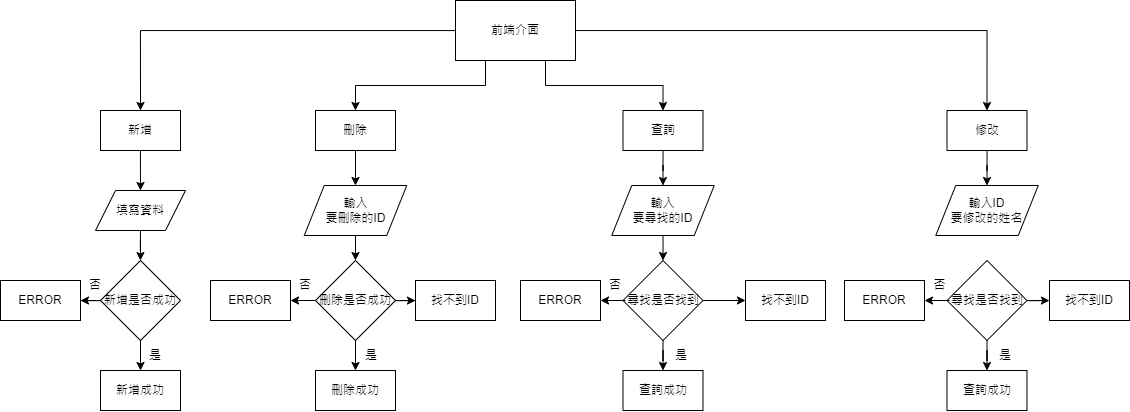
The draw.io diagram 流程圖.png in CHENGXee/studentHub, before a commit. Source tidied: cells renumbered, new cells last; positions are measured from the earlier drawing's top-left corner, leaving out a move shared by most shapes. Source of this version:
```xml
<mxGraphModel>
  <root>
    <mxCell id="0" />
    <mxCell id="1" parent="0" />
    <mxCell id="2" style="edgeStyle=orthogonalEdgeStyle;rounded=0;jettySize=auto;html=1;entryX=0.5;entryY=0;entryDx=0;entryDy=0;" parent="1" edge="1" source="6" target="8">
      <mxGeometry relative="1" as="geometry" />
    </mxCell>
    <mxCell id="3" style="edgeStyle=orthogonalEdgeStyle;rounded=0;jettySize=auto;html=1;exitX=0.25;exitY=1;exitDx=0;exitDy=0;" parent="1" edge="1" source="6" target="14">
      <mxGeometry relative="1" as="geometry" />
    </mxCell>
    <mxCell id="4" style="edgeStyle=orthogonalEdgeStyle;rounded=0;jettySize=auto;html=1;exitX=0.75;exitY=1;exitDx=0;exitDy=0;entryX=0.5;entryY=0;entryDx=0;entryDy=0;" parent="1" edge="1" source="6" target="12">
      <mxGeometry relative="1" as="geometry" />
    </mxCell>
    <mxCell id="5" style="edgeStyle=orthogonalEdgeStyle;rounded=0;jettySize=auto;html=1;entryX=0.5;entryY=0;entryDx=0;entryDy=0;" parent="1" edge="1" source="6" target="10">
      <mxGeometry relative="1" as="geometry" />
    </mxCell>
    <mxCell id="6" value="前端介面" style="rounded=0;whiteSpace=wrap;html=1;" parent="1" vertex="1">
      <mxGeometry x="455" width="120" height="60" as="geometry" />
    </mxCell>
    <mxCell id="7" style="edgeStyle=orthogonalEdgeStyle;rounded=0;jettySize=auto;html=1;" parent="1" edge="1" source="8">
      <mxGeometry relative="1" as="geometry">
        <mxPoint x="140" y="190" as="targetPoint" />
      </mxGeometry>
    </mxCell>
    <mxCell id="8" value="新增" style="rounded=0;whiteSpace=wrap;html=1;" parent="1" vertex="1">
      <mxGeometry x="100" y="110" width="80" height="40" as="geometry" />
    </mxCell>
    <mxCell id="9" style="edgeStyle=orthogonalEdgeStyle;rounded=0;jettySize=auto;html=1;entryX=0.5;entryY=0;entryDx=0;entryDy=0;" parent="1" edge="1" source="10" target="46">
      <mxGeometry relative="1" as="geometry" />
    </mxCell>
    <mxCell id="10" value="修改" style="rounded=0;whiteSpace=wrap;html=1;" parent="1" vertex="1">
      <mxGeometry x="946.5" y="110" width="80" height="40" as="geometry" />
    </mxCell>
    <mxCell id="11" style="edgeStyle=orthogonalEdgeStyle;rounded=0;jettySize=auto;html=1;entryX=0.5;entryY=0;entryDx=0;entryDy=0;" parent="1" edge="1" source="12" target="36">
      <mxGeometry relative="1" as="geometry" />
    </mxCell>
    <mxCell id="12" value="查詢" style="rounded=0;whiteSpace=wrap;html=1;" parent="1" vertex="1">
      <mxGeometry x="622.5" y="110" width="80" height="40" as="geometry" />
    </mxCell>
    <mxCell id="13" style="edgeStyle=orthogonalEdgeStyle;rounded=0;jettySize=auto;html=1;entryX=0.5;entryY=0;entryDx=0;entryDy=0;" parent="1" edge="1" source="14" target="25">
      <mxGeometry relative="1" as="geometry" />
    </mxCell>
    <mxCell id="14" value="刪除" style="rounded=0;whiteSpace=wrap;html=1;" parent="1" vertex="1">
      <mxGeometry x="315" y="110" width="80" height="40" as="geometry" />
    </mxCell>
    <mxCell id="15" style="edgeStyle=orthogonalEdgeStyle;rounded=0;jettySize=auto;html=1;exitX=0.5;exitY=1;exitDx=0;exitDy=0;" parent="1" edge="1" source="17">
      <mxGeometry relative="1" as="geometry">
        <mxPoint x="140" y="370" as="targetPoint" />
      </mxGeometry>
    </mxCell>
    <mxCell id="16" style="edgeStyle=orthogonalEdgeStyle;rounded=0;jettySize=auto;html=1;entryX=1;entryY=0.5;entryDx=0;entryDy=0;" parent="1" edge="1" source="17" target="22">
      <mxGeometry relative="1" as="geometry" />
    </mxCell>
    <mxCell id="17" value="新增是否成功" style="rhombus;whiteSpace=wrap;html=1;" parent="1" vertex="1">
      <mxGeometry x="100" y="260" width="80" height="80" as="geometry" />
    </mxCell>
    <mxCell id="18" style="edgeStyle=orthogonalEdgeStyle;rounded=0;jettySize=auto;html=1;" parent="1" edge="1" source="19" target="17">
      <mxGeometry relative="1" as="geometry" />
    </mxCell>
    <mxCell id="19" value="填寫資料" style="shape=parallelogram;perimeter=parallelogramPerimeter;whiteSpace=wrap;html=1;fixedSize=1;" parent="1" vertex="1">
      <mxGeometry x="95" y="190" width="90" height="40" as="geometry" />
    </mxCell>
    <mxCell id="20" value="是" style="text;strokeColor=none;align=center;fillColor=none;html=1;verticalAlign=middle;whiteSpace=wrap;rounded=0;" parent="1" vertex="1">
      <mxGeometry x="125" y="340" width="60" height="30" as="geometry" />
    </mxCell>
    <mxCell id="21" value="新增成功" style="rounded=0;whiteSpace=wrap;html=1;" parent="1" vertex="1">
      <mxGeometry x="100" y="370" width="80" height="40" as="geometry" />
    </mxCell>
    <mxCell id="22" value="ERROR" style="rounded=0;whiteSpace=wrap;html=1;" parent="1" vertex="1">
      <mxGeometry y="280" width="80" height="40" as="geometry" />
    </mxCell>
    <mxCell id="23" value="否" style="text;strokeColor=none;align=center;fillColor=none;html=1;verticalAlign=middle;whiteSpace=wrap;rounded=0;" parent="1" vertex="1">
      <mxGeometry x="65" y="270" width="60" height="30" as="geometry" />
    </mxCell>
    <mxCell id="24" style="edgeStyle=orthogonalEdgeStyle;rounded=0;jettySize=auto;html=1;" parent="1" edge="1" source="25">
      <mxGeometry relative="1" as="geometry">
        <mxPoint x="355" y="260" as="targetPoint" />
      </mxGeometry>
    </mxCell>
    <mxCell id="25" value="輸入&lt;div&gt;要刪除的ID&lt;/div&gt;" style="shape=parallelogram;perimeter=parallelogramPerimeter;whiteSpace=wrap;html=1;fixedSize=1;" parent="1" vertex="1">
      <mxGeometry x="303.8" y="185" width="102.5" height="50" as="geometry" />
    </mxCell>
    <mxCell id="26" style="edgeStyle=orthogonalEdgeStyle;rounded=0;jettySize=auto;html=1;entryX=0.5;entryY=0;entryDx=0;entryDy=0;" parent="1" edge="1" source="28" target="29">
      <mxGeometry relative="1" as="geometry" />
    </mxCell>
    <mxCell id="27" style="edgeStyle=orthogonalEdgeStyle;rounded=0;jettySize=auto;html=1;" parent="1" edge="1" source="28" target="34">
      <mxGeometry relative="1" as="geometry" />
    </mxCell>
    <mxCell id="28" value="刪除是否成功" style="rhombus;whiteSpace=wrap;html=1;" parent="1" vertex="1">
      <mxGeometry x="315" y="260" width="80" height="80" as="geometry" />
    </mxCell>
    <mxCell id="29" value="刪除成功" style="rounded=0;whiteSpace=wrap;html=1;" parent="1" vertex="1">
      <mxGeometry x="315" y="370" width="80" height="40" as="geometry" />
    </mxCell>
    <mxCell id="30" value="是" style="text;strokeColor=none;align=center;fillColor=none;html=1;verticalAlign=middle;whiteSpace=wrap;rounded=0;" parent="1" vertex="1">
      <mxGeometry x="341.2" y="340" width="60" height="30" as="geometry" />
    </mxCell>
    <mxCell id="31" style="edgeStyle=orthogonalEdgeStyle;rounded=0;jettySize=auto;html=1;entryX=1;entryY=0.5;entryDx=0;entryDy=0;" parent="1" edge="1" target="32">
      <mxGeometry relative="1" as="geometry">
        <mxPoint x="315" y="300" as="sourcePoint" />
      </mxGeometry>
    </mxCell>
    <mxCell id="32" value="ERROR" style="rounded=0;whiteSpace=wrap;html=1;" parent="1" vertex="1">
      <mxGeometry x="210" y="280" width="80" height="40" as="geometry" />
    </mxCell>
    <mxCell id="33" value="否" style="text;strokeColor=none;align=center;fillColor=none;html=1;verticalAlign=middle;whiteSpace=wrap;rounded=0;" parent="1" vertex="1">
      <mxGeometry x="275" y="270" width="60" height="30" as="geometry" />
    </mxCell>
    <mxCell id="34" value="找不到ID" style="rounded=0;whiteSpace=wrap;html=1;" parent="1" vertex="1">
      <mxGeometry x="415" y="280" width="80" height="40" as="geometry" />
    </mxCell>
    <mxCell id="35" style="edgeStyle=orthogonalEdgeStyle;rounded=0;jettySize=auto;html=1;" parent="1" edge="1" source="36" target="39">
      <mxGeometry relative="1" as="geometry" />
    </mxCell>
    <mxCell id="36" value="輸入&lt;div&gt;要尋找的ID&lt;/div&gt;" style="shape=parallelogram;perimeter=parallelogramPerimeter;whiteSpace=wrap;html=1;fixedSize=1;" parent="1" vertex="1">
      <mxGeometry x="611.2" y="185" width="102.5" height="50" as="geometry" />
    </mxCell>
    <mxCell id="37" style="edgeStyle=orthogonalEdgeStyle;rounded=0;jettySize=auto;html=1;entryX=0.5;entryY=0;entryDx=0;entryDy=0;" parent="1" edge="1" source="39" target="40">
      <mxGeometry relative="1" as="geometry" />
    </mxCell>
    <mxCell id="38" style="edgeStyle=orthogonalEdgeStyle;rounded=0;jettySize=auto;html=1;" parent="1" edge="1" source="39" target="45">
      <mxGeometry relative="1" as="geometry" />
    </mxCell>
    <mxCell id="39" value="尋找是否找到" style="rhombus;whiteSpace=wrap;html=1;" parent="1" vertex="1">
      <mxGeometry x="622.5" y="260" width="80" height="80" as="geometry" />
    </mxCell>
    <mxCell id="40" value="查詢成功" style="rounded=0;whiteSpace=wrap;html=1;" parent="1" vertex="1">
      <mxGeometry x="622.5" y="370" width="80" height="40" as="geometry" />
    </mxCell>
    <mxCell id="41" value="是" style="text;strokeColor=none;align=center;fillColor=none;html=1;verticalAlign=middle;whiteSpace=wrap;rounded=0;" parent="1" vertex="1">
      <mxGeometry x="651.2" y="340" width="60" height="30" as="geometry" />
    </mxCell>
    <mxCell id="42" style="edgeStyle=orthogonalEdgeStyle;rounded=0;jettySize=auto;html=1;entryX=1;entryY=0.5;entryDx=0;entryDy=0;" parent="1" edge="1" target="43">
      <mxGeometry relative="1" as="geometry">
        <mxPoint x="625" y="300" as="sourcePoint" />
      </mxGeometry>
    </mxCell>
    <mxCell id="43" value="ERROR" style="rounded=0;whiteSpace=wrap;html=1;" parent="1" vertex="1">
      <mxGeometry x="520" y="280" width="80" height="40" as="geometry" />
    </mxCell>
    <mxCell id="44" value="否" style="text;strokeColor=none;align=center;fillColor=none;html=1;verticalAlign=middle;whiteSpace=wrap;rounded=0;" parent="1" vertex="1">
      <mxGeometry x="585" y="270" width="60" height="30" as="geometry" />
    </mxCell>
    <mxCell id="45" value="找不到ID" style="rounded=0;whiteSpace=wrap;html=1;" parent="1" vertex="1">
      <mxGeometry x="745" y="280" width="80" height="40" as="geometry" />
    </mxCell>
    <mxCell id="46" value="輸入ID&lt;div&gt;要修改的姓名&lt;/div&gt;" style="shape=parallelogram;perimeter=parallelogramPerimeter;whiteSpace=wrap;html=1;fixedSize=1;" parent="1" vertex="1">
      <mxGeometry x="935.2" y="185" width="102.5" height="50" as="geometry" />
    </mxCell>
    <mxCell id="47" style="edgeStyle=orthogonalEdgeStyle;rounded=0;jettySize=auto;html=1;entryX=0.5;entryY=0;entryDx=0;entryDy=0;" parent="1" edge="1" source="49" target="50">
      <mxGeometry relative="1" as="geometry" />
    </mxCell>
    <mxCell id="48" style="edgeStyle=orthogonalEdgeStyle;rounded=0;jettySize=auto;html=1;" parent="1" edge="1" source="49" target="55">
      <mxGeometry relative="1" as="geometry" />
    </mxCell>
    <mxCell id="49" value="尋找是否找到" style="rhombus;whiteSpace=wrap;html=1;" parent="1" vertex="1">
      <mxGeometry x="946.5" y="260" width="80" height="80" as="geometry" />
    </mxCell>
    <mxCell id="50" value="查詢成功" style="rounded=0;whiteSpace=wrap;html=1;" parent="1" vertex="1">
      <mxGeometry x="946.5" y="370" width="80" height="40" as="geometry" />
    </mxCell>
    <mxCell id="51" value="是" style="text;strokeColor=none;align=center;fillColor=none;html=1;verticalAlign=middle;whiteSpace=wrap;rounded=0;" parent="1" vertex="1">
      <mxGeometry x="975.2" y="340" width="60" height="30" as="geometry" />
    </mxCell>
    <mxCell id="52" style="edgeStyle=orthogonalEdgeStyle;rounded=0;jettySize=auto;html=1;entryX=1;entryY=0.5;entryDx=0;entryDy=0;" parent="1" edge="1" target="53">
      <mxGeometry relative="1" as="geometry">
        <mxPoint x="949" y="300" as="sourcePoint" />
      </mxGeometry>
    </mxCell>
    <mxCell id="53" value="ERROR" style="rounded=0;whiteSpace=wrap;html=1;" parent="1" vertex="1">
      <mxGeometry x="844" y="280" width="80" height="40" as="geometry" />
    </mxCell>
    <mxCell id="54" value="否" style="text;strokeColor=none;align=center;fillColor=none;html=1;verticalAlign=middle;whiteSpace=wrap;rounded=0;" parent="1" vertex="1">
      <mxGeometry x="909" y="270" width="61" height="30" as="geometry" />
    </mxCell>
    <mxCell id="55" value="找不到ID" style="rounded=0;whiteSpace=wrap;html=1;" parent="1" vertex="1">
      <mxGeometry x="1049" y="280" width="80" height="40" as="geometry" />
    </mxCell>
  </root>
</mxGraphModel>
```
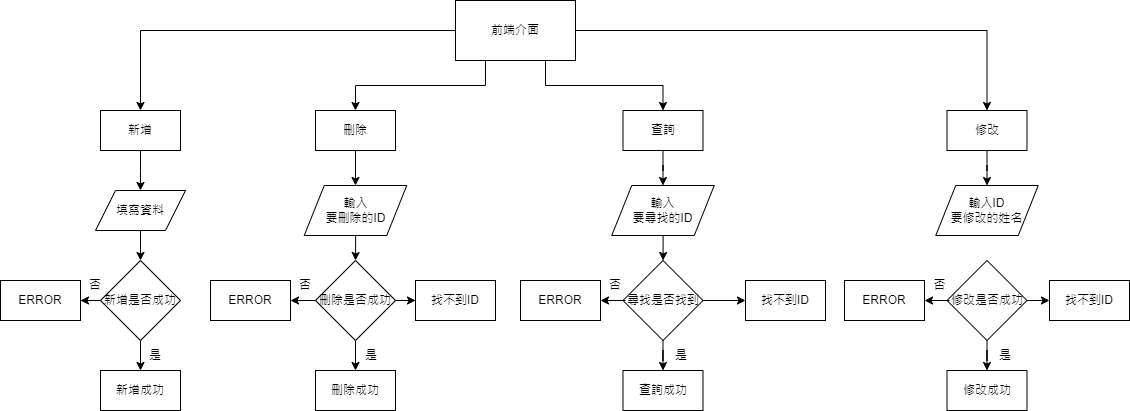
The same diagram one commit later.

Diff of the diagram source:
```diff
@@ -153,10 +153,10 @@
     <mxCell id="48" style="edgeStyle=orthogonalEdgeStyle;rounded=0;jettySize=auto;html=1;" parent="1" edge="1" source="49" target="55">
       <mxGeometry relative="1" as="geometry" />
     </mxCell>
-    <mxCell id="49" value="尋找是否找到" style="rhombus;whiteSpace=wrap;html=1;" parent="1" vertex="1">
+    <mxCell id="49" value="修改是否成功" style="rhombus;whiteSpace=wrap;html=1;" parent="1" vertex="1">
       <mxGeometry x="946.5" y="260" width="80" height="80" as="geometry" />
     </mxCell>
-    <mxCell id="50" value="查詢成功" style="rounded=0;whiteSpace=wrap;html=1;" parent="1" vertex="1">
+    <mxCell id="50" value="修改成功" style="rounded=0;whiteSpace=wrap;html=1;" parent="1" vertex="1">
       <mxGeometry x="946.5" y="370" width="80" height="40" as="geometry" />
     </mxCell>
     <mxCell id="51" value="是" style="text;strokeColor=none;align=center;fillColor=none;html=1;verticalAlign=middle;whiteSpace=wrap;rounded=0;" parent="1" vertex="1">
```
